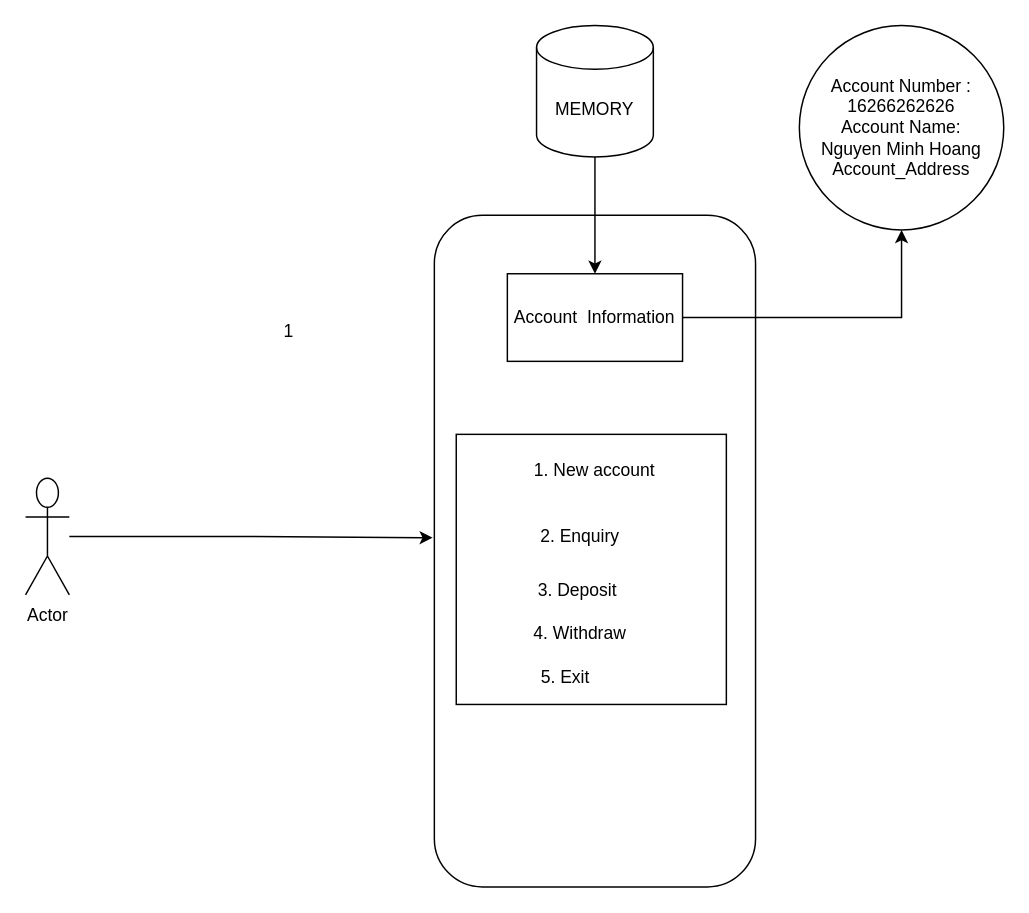
This is Untitled Diagram.drawio from KimPhiJSCDVLP/DemoGitHub, a draw.io file, before an edit. Source tidied: cells renumbered, new cells numbered last; positions are measured from the earlier drawing's top-left corner, leaving out a move shared by most shapes. Both pictures are drawn from the tidied source at 146%, with x=0, y=0 at pixel (25, 25).
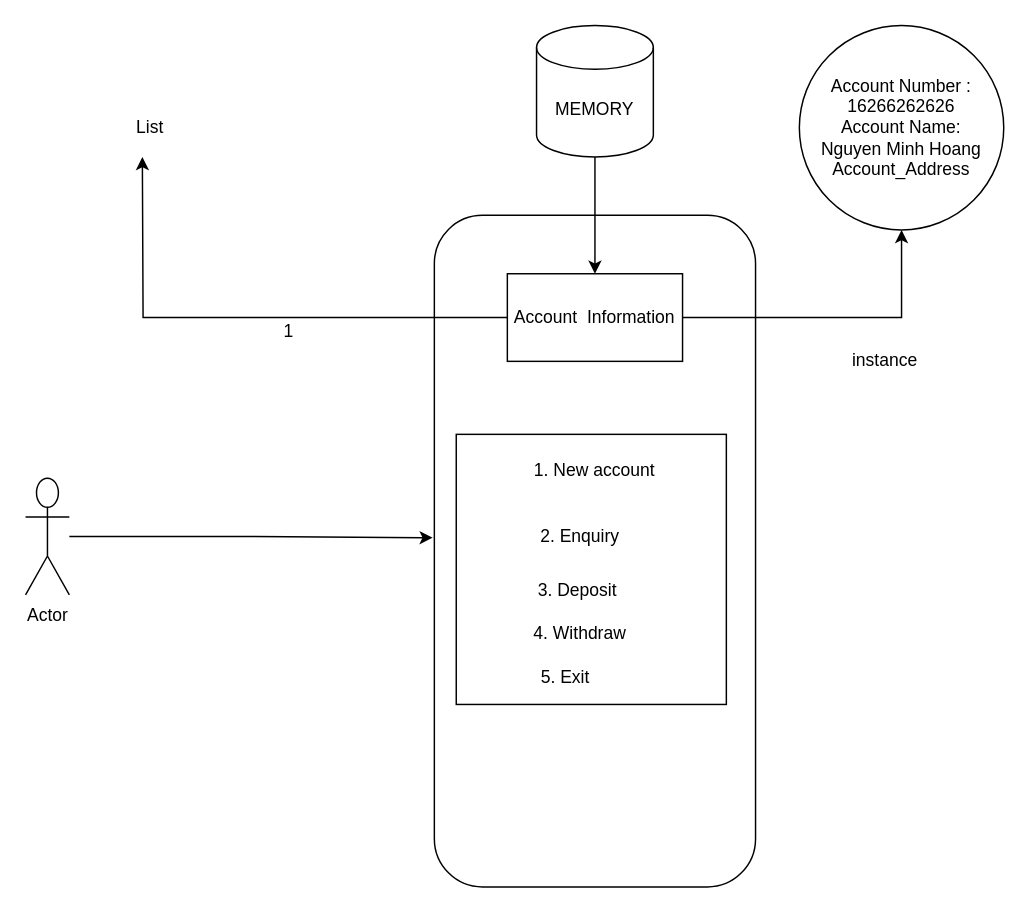
Above is the later version.

Unchanged cells that the change refers to:
```xml
<mxCell id="6" value="Account&amp;nbsp; Information" style="rounded=0;whiteSpace=wrap;html=1;" parent="1" vertex="1">
  <mxGeometry x="330" y="170" width="120" height="60" as="geometry" />
</mxCell>
```

The edit, as a diff of the source:
```diff
@@
+    <mxCell id="17" style="edgeStyle=orthogonalEdgeStyle;rounded=0;jettySize=auto;html=1;" parent="1" edge="1" source="6">
+      <mxGeometry relative="1" as="geometry">
+        <mxPoint x="80" y="90" as="targetPoint" />
+      </mxGeometry>
+    </mxCell>
@@
+    <mxCell id="18" value="List" style="text;html=1;align=center;verticalAlign=middle;strokeColor=none;fillColor=none;" parent="1" vertex="1">
+      <mxGeometry x="70" y="60" width="30" height="20" as="geometry" />
+    </mxCell>
+    <mxCell id="19" value="instance&amp;nbsp;" style="text;html=1;align=center;verticalAlign=middle;strokeColor=none;fillColor=none;" parent="1" vertex="1">
+      <mxGeometry x="560" y="220" width="60" height="20" as="geometry" />
+    </mxCell>
```
